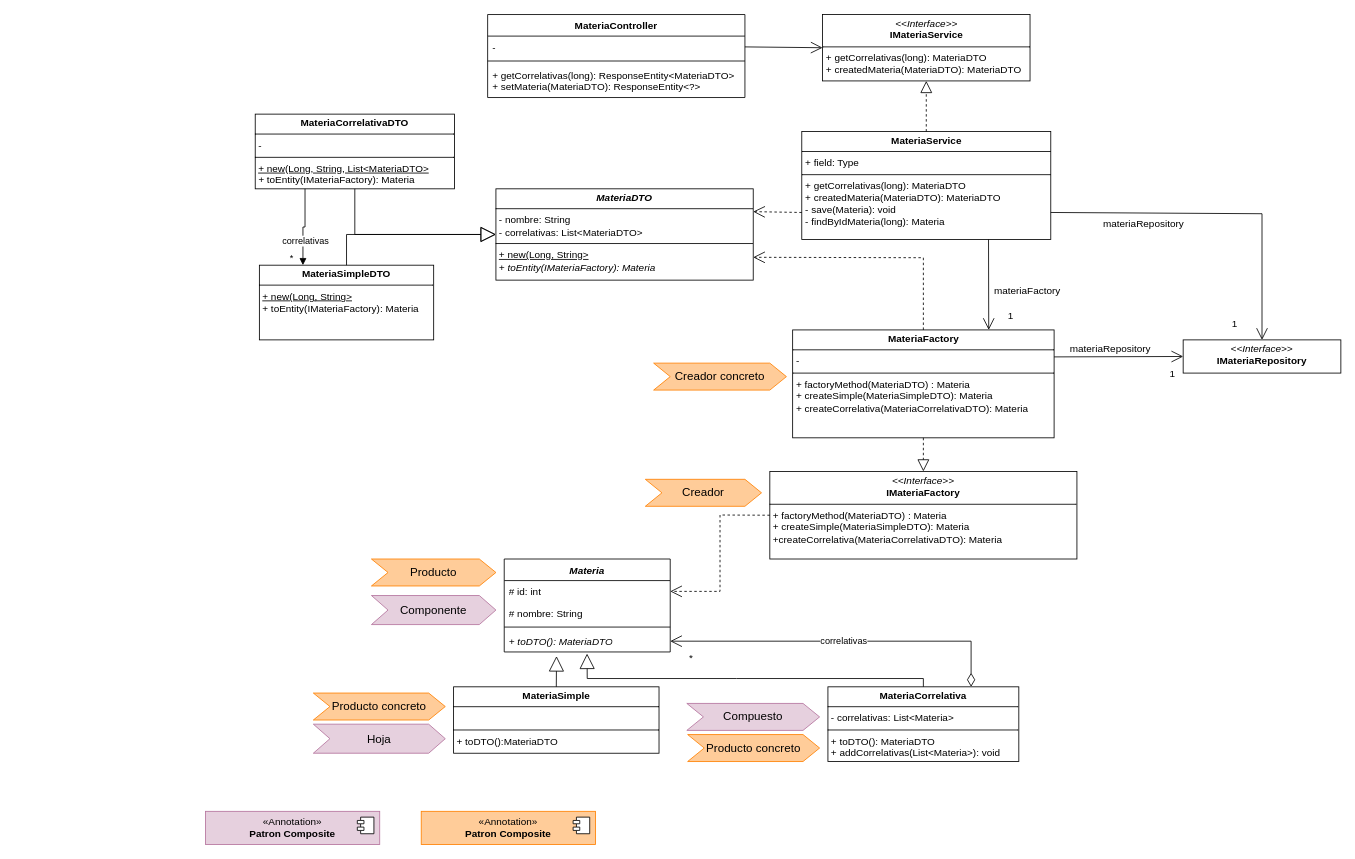
This is Diagramas/Tempus-MER.drawio from tomasmendoza-unq/Tempus, a draw.io file, before an edit. Source tidied: cells renumbered, new cells numbered last; positions are measured from the earlier drawing's top-left corner, leaving out a move shared by most shapes. Both pictures are drawn from the tidied source at 83%, with x=0, y=0 at pixel (205, 14).
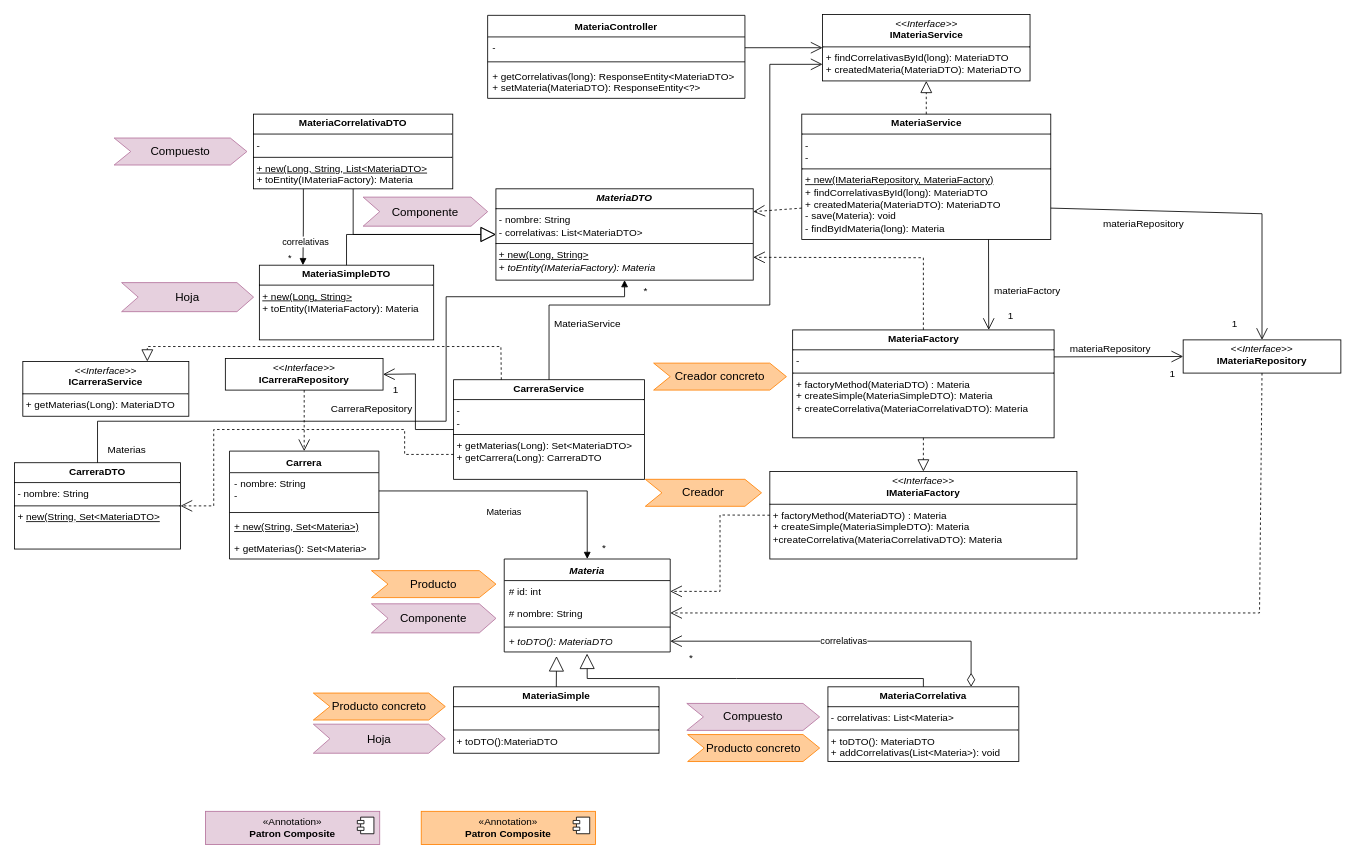
After the change.

Unchanged cells that the change refers to:
```xml
<mxCell id="11" value="&lt;i&gt;Materia&lt;/i&gt;" style="swimlane;fontStyle=1;align=center;verticalAlign=top;horizontal=1;startSize=26;whiteSpace=wrap;html=1;" parent="1" vertex="1">
  <mxGeometry x="360" y="656" width="200" height="112" as="geometry" />
</mxCell>
<mxCell id="13" value="# nombre: String" style="text;strokeColor=none;fillColor=none;align=left;verticalAlign=top;spacingLeft=4;spacingRight=4;overflow=hidden;points=[[0,0.5],[1,0.5]];portConstraint=eastwest;whiteSpace=wrap;html=1;" parent="11" vertex="1">
  <mxGeometry y="52" width="200" height="26" as="geometry" />
</mxCell>
<mxCell id="18" value="&lt;p style=&quot;margin:0px;margin-top:4px;text-align:center;&quot;&gt;&lt;b&gt;&lt;i&gt;MateriaDTO&lt;/i&gt;&lt;/b&gt;&lt;/p&gt;&lt;hr size=&quot;1&quot; style=&quot;border-style:solid;&quot;&gt;&lt;p style=&quot;margin:0px;margin-left:4px;&quot;&gt;- nombre: String&lt;/p&gt;&lt;p style=&quot;margin:0px;margin-left:4px;&quot;&gt;- correlativas: List&amp;lt;MateriaDTO&amp;gt;&lt;/p&gt;&lt;hr size=&quot;1&quot; style=&quot;border-style:solid;&quot;&gt;&lt;p style=&quot;margin:0px;margin-left:4px;&quot;&gt;&lt;u&gt;+ new(Long, String&amp;gt;&lt;/u&gt;&lt;/p&gt;&lt;p style=&quot;margin:0px;margin-left:4px;&quot;&gt;&lt;i&gt;+&amp;nbsp;&lt;span style=&quot;background-color: transparent;&quot;&gt;toEntity(IMateriaFactory): Materia&lt;/span&gt;&lt;/i&gt;&lt;/p&gt;" style="verticalAlign=top;align=left;overflow=fill;html=1;whiteSpace=wrap;" parent="1" vertex="1">
  <mxGeometry x="350" y="210" width="310" height="110" as="geometry" />
</mxCell>
<mxCell id="30" value="&lt;p style=&quot;margin:0px;margin-top:4px;text-align:center;&quot;&gt;&lt;i&gt;&amp;lt;&amp;lt;Interface&amp;gt;&amp;gt;&lt;/i&gt;&lt;br&gt;&lt;b&gt;IMateriaRepository&lt;/b&gt;&lt;/p&gt;&lt;p style=&quot;margin:0px;margin-left:4px;&quot;&gt;&lt;br&gt;&lt;/p&gt;" style="verticalAlign=top;align=left;overflow=fill;html=1;whiteSpace=wrap;" parent="1" vertex="1">
  <mxGeometry x="1178" y="392" width="190" height="40" as="geometry" />
</mxCell>
```

Diff of the diagram source:
```diff
@@
     <mxCell id="6" value="Componente" style="html=1;shape=mxgraph.infographic.ribbonSimple;notch1=20;notch2=20;align=center;verticalAlign=middle;fontSize=14;fontStyle=0;fillColor=#E6D0DE;whiteSpace=wrap;strokeColor=#B5739D;" parent="1" vertex="1">
-      <mxGeometry x="200" y="700" width="150" height="35" as="geometry" />
+      <mxGeometry x="200" y="710" width="150" height="35" as="geometry" />
     </mxCell>
@@
     <mxCell id="27" value="Producto" style="html=1;shape=mxgraph.infographic.ribbonSimple;notch1=20;notch2=20;align=center;verticalAlign=middle;fontSize=14;fontStyle=0;fillColor=#FFCC99;whiteSpace=wrap;strokeColor=#FF8000;" parent="1" vertex="1">
-      <mxGeometry x="200" y="656" width="150" height="32.5" as="geometry" />
+      <mxGeometry x="200" y="670" width="150" height="32.5" as="geometry" />
     </mxCell>
@@
-    <mxCell id="34" value="&lt;p style=&quot;margin:0px;margin-top:4px;text-align:center;&quot;&gt;&lt;i&gt;&amp;lt;&amp;lt;Interface&amp;gt;&amp;gt;&lt;/i&gt;&lt;br&gt;&lt;b&gt;IMateriaService&lt;/b&gt;&lt;/p&gt;&lt;hr size=&quot;1&quot; style=&quot;border-style:solid;&quot;&gt;&lt;p style=&quot;margin:0px;margin-left:4px;&quot;&gt;+ getCorrelativas(long):&amp;nbsp;MateriaDTO&lt;/p&gt;&lt;p style=&quot;margin:0px;margin-left:4px;&quot;&gt;+&amp;nbsp;createdMateria(MateriaDTO):&amp;nbsp;MateriaDTO&lt;/p&gt;" style="verticalAlign=top;align=left;overflow=fill;html=1;whiteSpace=wrap;" parent="1" vertex="1">
+    <mxCell id="34" value="&lt;p style=&quot;margin:0px;margin-top:4px;text-align:center;&quot;&gt;&lt;i&gt;&amp;lt;&amp;lt;Interface&amp;gt;&amp;gt;&lt;/i&gt;&lt;br&gt;&lt;b&gt;IMateriaService&lt;/b&gt;&lt;/p&gt;&lt;hr size=&quot;1&quot; style=&quot;border-style:solid;&quot;&gt;&lt;p style=&quot;margin:0px;margin-left:4px;&quot;&gt;+ findCorrelativasById(long):&amp;nbsp;MateriaDTO&lt;/p&gt;&lt;p style=&quot;margin:0px;margin-left:4px;&quot;&gt;+&amp;nbsp;createdMateria(MateriaDTO):&amp;nbsp;MateriaDTO&lt;/p&gt;" style="verticalAlign=top;align=left;overflow=fill;html=1;whiteSpace=wrap;" parent="1" vertex="1">
       <mxGeometry x="743.5" width="250" height="80" as="geometry" />
     </mxCell>
@@
-    <mxCell id="36" value="&lt;p style=&quot;margin:0px;margin-top:4px;text-align:center;&quot;&gt;&lt;b&gt;MateriaService&lt;/b&gt;&lt;/p&gt;&lt;hr size=&quot;1&quot; style=&quot;border-style:solid;&quot;&gt;&lt;p style=&quot;margin:0px;margin-left:4px;&quot;&gt;+ field: Type&lt;/p&gt;&lt;hr size=&quot;1&quot; style=&quot;border-style:solid;&quot;&gt;&lt;p style=&quot;margin: 0px 0px 0px 4px;&quot;&gt;+ getCorrelativas(long):&amp;nbsp;MateriaDTO&lt;/p&gt;&lt;p style=&quot;margin: 0px 0px 0px 4px;&quot;&gt;+&amp;nbsp;createdMateria(MateriaDTO):&amp;nbsp;MateriaDTO&lt;/p&gt;&lt;p style=&quot;margin: 0px 0px 0px 4px;&quot;&gt;- save(Materia): void&lt;/p&gt;&lt;p style=&quot;margin: 0px 0px 0px 4px;&quot;&gt;- findByIdMateria(long):&amp;nbsp;&lt;span style=&quot;background-color: transparent; color: light-dark(rgb(0, 0, 0), rgb(255, 255, 255));&quot;&gt;Materia&lt;/span&gt;&lt;span style=&quot;background-color: transparent; color: light-dark(rgb(0, 0, 0), rgb(255, 255, 255));&quot;&gt;&amp;nbsp;&lt;/span&gt;&lt;/p&gt;" style="verticalAlign=top;align=left;overflow=fill;html=1;whiteSpace=wrap;" parent="1" vertex="1">
-      <mxGeometry x="718.5" y="141" width="300" height="130" as="geometry" />
+    <mxCell id="36" value="&lt;p style=&quot;margin:0px;margin-top:4px;text-align:center;&quot;&gt;&lt;b&gt;MateriaService&lt;/b&gt;&lt;/p&gt;&lt;hr size=&quot;1&quot; style=&quot;border-style:solid;&quot;&gt;&lt;p style=&quot;margin:0px;margin-left:4px;&quot;&gt;-&lt;/p&gt;&lt;p style=&quot;margin:0px;margin-left:4px;&quot;&gt;-&lt;/p&gt;&lt;hr size=&quot;1&quot; style=&quot;border-style:solid;&quot;&gt;&lt;p style=&quot;margin: 0px 0px 0px 4px;&quot;&gt;&lt;u&gt;+ new(IMateriaRepository, MateriaFactory)&lt;/u&gt;&lt;/p&gt;&lt;p style=&quot;margin: 0px 0px 0px 4px;&quot;&gt;+ findCorrelativasById(long):&amp;nbsp;MateriaDTO&lt;/p&gt;&lt;p style=&quot;margin: 0px 0px 0px 4px;&quot;&gt;+&amp;nbsp;createdMateria(MateriaDTO):&amp;nbsp;MateriaDTO&lt;/p&gt;&lt;p style=&quot;margin: 0px 0px 0px 4px;&quot;&gt;- save(Materia): void&lt;/p&gt;&lt;p style=&quot;margin: 0px 0px 0px 4px;&quot;&gt;- findByIdMateria(long):&amp;nbsp;&lt;span style=&quot;background-color: transparent; color: light-dark(rgb(0, 0, 0), rgb(255, 255, 255));&quot;&gt;Materia&lt;/span&gt;&lt;span style=&quot;background-color: transparent; color: light-dark(rgb(0, 0, 0), rgb(255, 255, 255));&quot;&gt;&amp;nbsp;&lt;/span&gt;&lt;/p&gt;" style="verticalAlign=top;align=left;overflow=fill;html=1;whiteSpace=wrap;" parent="1" vertex="1">
+      <mxGeometry x="718.5" y="120" width="300" height="151" as="geometry" />
     </mxCell>
@@
     <mxCell id="45" value="&lt;p style=&quot;margin:0px;margin-top:4px;text-align:center;&quot;&gt;&lt;b&gt;MateriaCorrelativaDTO&lt;/b&gt;&lt;/p&gt;&lt;hr size=&quot;1&quot; style=&quot;border-style:solid;&quot;&gt;&lt;p style=&quot;margin:0px;margin-left:4px;&quot;&gt;-&amp;nbsp;&lt;/p&gt;&lt;hr size=&quot;1&quot; style=&quot;border-style:solid;&quot;&gt;&lt;p style=&quot;margin:0px;margin-left:4px;&quot;&gt;&lt;u&gt;+ new(Long, String, List&amp;lt;MateriaDTO&amp;gt;&lt;/u&gt;&lt;/p&gt;&lt;p style=&quot;margin:0px;margin-left:4px;&quot;&gt;&lt;i&gt;+&amp;nbsp;&lt;/i&gt;&lt;span style=&quot;background-color: transparent;&quot;&gt;toEntity(IMateriaFactory): Materia&lt;/span&gt;&lt;/p&gt;" style="verticalAlign=top;align=left;overflow=fill;html=1;whiteSpace=wrap;" parent="1" vertex="1">
-      <mxGeometry x="60" y="120" width="240" height="90" as="geometry" />
+      <mxGeometry x="58" y="120" width="240" height="90" as="geometry" />
     </mxCell>
@@
     <mxCell id="49" style="endArrow=block;endSize=16;endFill=0;html=1;rounded=0;exitX=0.5;exitY=1;exitDx=0;exitDy=0;entryX=0;entryY=0.5;entryDx=0;entryDy=0;" parent="1" edge="1" source="45" target="18">
       <mxGeometry relative="1" as="geometry">
         <Array as="points">
-          <mxPoint x="180" y="265" />
+          <mxPoint x="178" y="265" />
         </Array>
       </mxGeometry>
     </mxCell>
@@
     <mxCell id="51" value="MateriaController" style="swimlane;fontStyle=1;align=center;verticalAlign=top;horizontal=1;startSize=26;whiteSpace=wrap;html=1;" parent="1" vertex="1">
-      <mxGeometry x="340" width="310" height="100" as="geometry" />
+      <mxGeometry x="340" y="1" width="310" height="100" as="geometry" />
     </mxCell>
@@
+    <mxCell id="56" value="Carrera" style="swimlane;fontStyle=1;align=center;verticalAlign=top;horizontal=1;startSize=26;whiteSpace=wrap;html=1;" parent="1" vertex="1">
+      <mxGeometry x="29" y="526" width="180" height="130" as="geometry" />
+    </mxCell>
+    <mxCell id="57" value="- nombre: String&lt;div&gt;-&amp;nbsp;&lt;/div&gt;" style="text;strokeColor=none;fillColor=none;align=left;verticalAlign=top;spacingLeft=4;spacingRight=4;overflow=hidden;points=[[0,0.5],[1,0.5]];portConstraint=eastwest;whiteSpace=wrap;html=1;" parent="56" vertex="1">
+      <mxGeometry y="26" width="180" height="44" as="geometry" />
+    </mxCell>
+    <mxCell id="58" style="line;strokeWidth=1;fillColor=none;align=left;verticalAlign=middle;spacingTop=-1;spacingLeft=3;spacingRight=3;labelPosition=right;strokeColor=inherit;" parent="56" vertex="1">
+      <mxGeometry y="70" width="180" height="8" as="geometry" />
+    </mxCell>
+    <mxCell id="59" value="&lt;u&gt;+ new(String, Set&amp;lt;Materia&amp;gt;)&lt;/u&gt;" style="text;strokeColor=none;fillColor=none;align=left;verticalAlign=top;spacingLeft=4;spacingRight=4;overflow=hidden;whiteSpace=wrap;html=1;" parent="56" vertex="1">
+      <mxGeometry y="78" width="180" height="26" as="geometry" />
+    </mxCell>
+    <mxCell id="60" value="+ getMaterias(): Set&amp;lt;Materia&amp;gt;&lt;div&gt;&lt;br&gt;&lt;/div&gt;" style="text;strokeColor=none;fillColor=none;align=left;verticalAlign=top;spacingLeft=4;spacingRight=4;overflow=hidden;whiteSpace=wrap;html=1;" parent="56" vertex="1">
+      <mxGeometry y="104" width="180" height="26" as="geometry" />
+    </mxCell>
+    <mxCell id="61" value="Materias" style="endArrow=block;endFill=1;html=1;edgeStyle=orthogonalEdgeStyle;align=left;verticalAlign=top;rounded=0;exitX=1;exitY=0.5;exitDx=0;exitDy=0;entryX=0.5;entryY=0;entryDx=0;entryDy=0;" parent="1" edge="1" source="57" target="11">
+      <mxGeometry x="-0.24" y="-12" relative="1" as="geometry">
+        <mxPoint x="1" as="offset" />
+      </mxGeometry>
+    </mxCell>
+    <mxCell id="62" value="*" style="text;html=1;align=center;verticalAlign=middle;strokeColor=none;fillColor=none;" parent="1" vertex="1">
+      <mxGeometry x="465" y="628" width="30" height="30" as="geometry" />
+    </mxCell>
+    <mxCell id="63" style="endArrow=open;endSize=12;dashed=1;html=1;rounded=0;exitX=0.5;exitY=1;exitDx=0;exitDy=0;entryX=1;entryY=0.5;entryDx=0;entryDy=0;" parent="1" edge="1" source="30" target="13">
+      <mxGeometry relative="1" as="geometry">
+        <Array as="points">
+          <mxPoint x="1270" y="721" />
+        </Array>
+      </mxGeometry>
+    </mxCell>
+    <mxCell id="64" value="Compuesto" style="html=1;shape=mxgraph.infographic.ribbonSimple;notch1=20;notch2=20;align=center;verticalAlign=middle;fontSize=14;fontStyle=0;fillColor=#E6D0DE;whiteSpace=wrap;strokeColor=#B5739D;" parent="1" vertex="1">
+      <mxGeometry x="-110" y="148.8" width="160" height="32.5" as="geometry" />
+    </mxCell>
+    <mxCell id="65" value="Hoja" style="html=1;shape=mxgraph.infographic.ribbonSimple;notch1=20;notch2=20;align=center;verticalAlign=middle;fontSize=14;fontStyle=0;fillColor=#E6D0DE;whiteSpace=wrap;strokeColor=#B5739D;" parent="1" vertex="1">
+      <mxGeometry x="-101" y="323" width="159" height="35" as="geometry" />
+    </mxCell>
+    <mxCell id="66" value="Componente" style="html=1;shape=mxgraph.infographic.ribbonSimple;notch1=20;notch2=20;align=center;verticalAlign=middle;fontSize=14;fontStyle=0;fillColor=#E6D0DE;whiteSpace=wrap;strokeColor=#B5739D;" parent="1" vertex="1">
+      <mxGeometry x="190" y="220" width="150" height="35" as="geometry" />
+    </mxCell>
+    <mxCell id="67" value="&lt;p style=&quot;margin:0px;margin-top:4px;text-align:center;&quot;&gt;&lt;i&gt;&amp;lt;&amp;lt;Interface&amp;gt;&amp;gt;&lt;/i&gt;&lt;br&gt;&lt;b&gt;ICarreraRepository&lt;/b&gt;&lt;/p&gt;" style="verticalAlign=top;align=left;overflow=fill;html=1;whiteSpace=wrap;" parent="1" vertex="1">
+      <mxGeometry x="24" y="414.5" width="190" height="38" as="geometry" />
+    </mxCell>
+    <mxCell id="68" style="endArrow=open;endSize=12;dashed=1;html=1;rounded=0;exitX=0.5;exitY=1;exitDx=0;exitDy=0;entryX=0.5;entryY=0;entryDx=0;entryDy=0;" parent="1" edge="1" source="67" target="56">
+      <mxGeometry relative="1" as="geometry" />
+    </mxCell>
+    <mxCell id="69" value="1" style="text;html=1;align=center;verticalAlign=middle;strokeColor=none;fillColor=none;" parent="1" vertex="1">
+      <mxGeometry x="214" y="438" width="30" height="30" as="geometry" />
+    </mxCell>
+    <mxCell id="70" value="&lt;p style=&quot;margin:0px;margin-top:4px;text-align:center;&quot;&gt;&lt;b&gt;CarreraService&lt;/b&gt;&lt;/p&gt;&lt;hr size=&quot;1&quot; style=&quot;border-style:solid;&quot;&gt;&lt;p style=&quot;margin:0px;margin-left:4px;&quot;&gt;-&lt;/p&gt;&lt;p style=&quot;margin:0px;margin-left:4px;&quot;&gt;-&lt;/p&gt;&lt;hr size=&quot;1&quot; style=&quot;border-style:solid;&quot;&gt;&lt;p style=&quot;margin:0px;margin-left:4px;&quot;&gt;+ getMaterias(Long): Set&amp;lt;MateriaDTO&amp;gt;&lt;/p&gt;&lt;p style=&quot;margin:0px;margin-left:4px;&quot;&gt;+ getCarrera(Long): CarreraDTO&lt;/p&gt;&lt;p style=&quot;margin:0px;margin-left:4px;&quot;&gt;&lt;br&gt;&lt;/p&gt;" style="verticalAlign=top;align=left;overflow=fill;html=1;whiteSpace=wrap;" parent="1" vertex="1">
+      <mxGeometry x="299" y="440" width="230" height="120" as="geometry" />
+    </mxCell>
+    <mxCell id="71" style="endArrow=open;endFill=1;endSize=12;html=1;rounded=0;exitX=0;exitY=0.5;exitDx=0;exitDy=0;entryX=1;entryY=0.5;entryDx=0;entryDy=0;" parent="1" edge="1" source="70" target="67">
+      <mxGeometry relative="1" as="geometry">
+        <Array as="points">
+          <mxPoint x="253" y="500" />
+          <mxPoint x="253" y="433" />
+        </Array>
+      </mxGeometry>
+    </mxCell>
+    <mxCell id="72" style="endArrow=open;endFill=1;endSize=12;html=1;rounded=0;exitX=0.5;exitY=0;exitDx=0;exitDy=0;entryX=0;entryY=0.75;entryDx=0;entryDy=0;" parent="1" edge="1" source="70" target="34">
+      <mxGeometry relative="1" as="geometry">
+        <Array as="points">
+          <mxPoint x="414" y="350" />
+          <mxPoint x="680" y="350" />
+          <mxPoint x="680" y="60" />
+        </Array>
+      </mxGeometry>
+    </mxCell>
+    <mxCell id="73" value="MateriaService" style="text;html=1;align=center;verticalAlign=middle;strokeColor=none;fillColor=none;" parent="1" vertex="1">
+      <mxGeometry x="410" y="358" width="100" height="30" as="geometry" />
+    </mxCell>
+    <mxCell id="74" value="&lt;p style=&quot;margin:0px;margin-top:4px;text-align:center;&quot;&gt;&lt;i&gt;&amp;lt;&amp;lt;Interface&amp;gt;&amp;gt;&lt;/i&gt;&lt;br&gt;&lt;b&gt;ICarreraService&lt;/b&gt;&lt;/p&gt;&lt;hr size=&quot;1&quot; style=&quot;border-style:solid;&quot;&gt;&lt;p style=&quot;margin:0px;margin-left:4px;&quot;&gt;+ getMaterias(Long): MateriaDTO&lt;/p&gt;" style="verticalAlign=top;align=left;overflow=fill;html=1;whiteSpace=wrap;" parent="1" vertex="1">
+      <mxGeometry x="-220" y="418" width="200" height="66" as="geometry" />
+    </mxCell>
+    <mxCell id="75" style="endArrow=block;dashed=1;endFill=0;endSize=12;html=1;rounded=0;exitX=0.25;exitY=0;exitDx=0;exitDy=0;entryX=0.75;entryY=0;entryDx=0;entryDy=0;" parent="1" edge="1" source="70" target="74">
+      <mxGeometry relative="1" as="geometry">
+        <Array as="points">
+          <mxPoint x="356" y="400" />
+          <mxPoint x="-70" y="400" />
+        </Array>
+      </mxGeometry>
+    </mxCell>
+    <mxCell id="76" value="&lt;p style=&quot;margin:0px;margin-top:4px;text-align:center;&quot;&gt;&lt;b&gt;CarreraDTO&lt;/b&gt;&lt;/p&gt;&lt;hr size=&quot;1&quot; style=&quot;border-style:solid;&quot;&gt;&lt;p style=&quot;margin:0px;margin-left:4px;&quot;&gt;- nombre: String&lt;/p&gt;&lt;hr size=&quot;1&quot; style=&quot;border-style:solid;&quot;&gt;&lt;p style=&quot;margin:0px;margin-left:4px;&quot;&gt;+ &lt;u&gt;new(String, Set&amp;lt;MateriaDTO&amp;gt;&lt;/u&gt;&lt;/p&gt;" style="verticalAlign=top;align=left;overflow=fill;html=1;whiteSpace=wrap;" parent="1" vertex="1">
+      <mxGeometry x="-230" y="540" width="200" height="104" as="geometry" />
+    </mxCell>
+    <mxCell id="77" style="endArrow=open;endSize=12;dashed=1;html=1;rounded=0;exitX=0;exitY=0.75;exitDx=0;exitDy=0;entryX=1;entryY=0.5;entryDx=0;entryDy=0;" parent="1" edge="1" source="70" target="76">
+      <mxGeometry relative="1" as="geometry">
+        <Array as="points">
+          <mxPoint x="240" y="530" />
+          <mxPoint x="240" y="500" />
+          <mxPoint x="10" y="500" />
+          <mxPoint x="10" y="592" />
+        </Array>
+      </mxGeometry>
+    </mxCell>
+    <mxCell id="78" style="endArrow=block;endFill=1;html=1;edgeStyle=orthogonalEdgeStyle;align=left;verticalAlign=top;rounded=0;exitX=0.5;exitY=0;exitDx=0;exitDy=0;entryX=0.5;entryY=1;entryDx=0;entryDy=0;" parent="1" edge="1" source="76" target="18">
+      <mxGeometry x="-1" relative="1" as="geometry">
+        <Array as="points">
+          <mxPoint x="-130" y="490" />
+          <mxPoint x="290" y="490" />
+          <mxPoint x="290" y="340" />
+          <mxPoint x="505" y="340" />
+        </Array>
+      </mxGeometry>
+    </mxCell>
+    <mxCell id="79" value="CarreraRepository" style="text;html=1;align=center;verticalAlign=middle;strokeColor=none;fillColor=none;" parent="1" vertex="1">
+      <mxGeometry x="140" y="460" width="120" height="30" as="geometry" />
+    </mxCell>
+    <mxCell id="80" value="*" style="text;html=1;align=center;verticalAlign=middle;strokeColor=none;fillColor=none;" parent="1" vertex="1">
+      <mxGeometry x="515" y="318" width="30" height="30" as="geometry" />
+    </mxCell>
+    <mxCell id="81" value="Materias" style="text;html=1;align=center;verticalAlign=middle;strokeColor=none;fillColor=none;" parent="1" vertex="1">
+      <mxGeometry x="-130" y="510" width="70" height="30" as="geometry" />
+    </mxCell>
```
